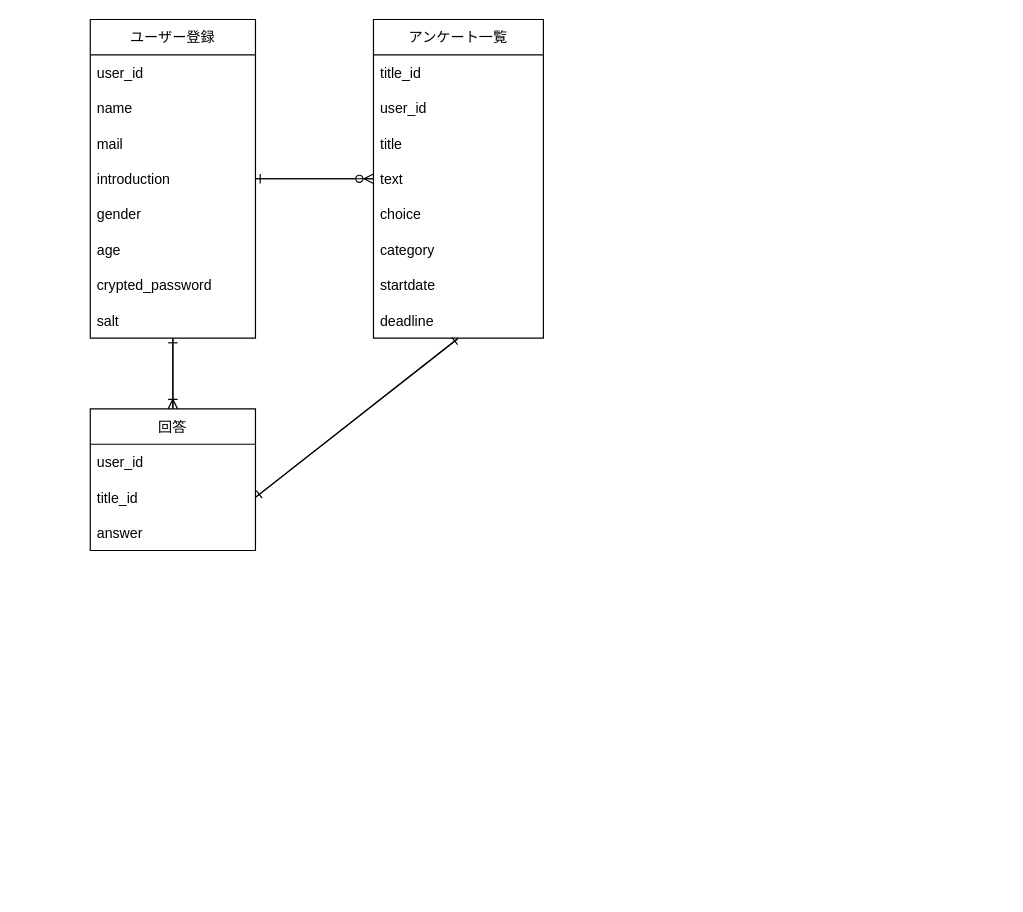
Before: sample.dio in Comfort0217/Submit, a draw.io diagram. Source tidied: cells renumbered, new cells numbered last; positions are measured from the earlier drawing's top-left corner, leaving out a move shared by most shapes. Both pictures are drawn from the tidied source at 118%, with x=0, y=0 at pixel (90, 19).
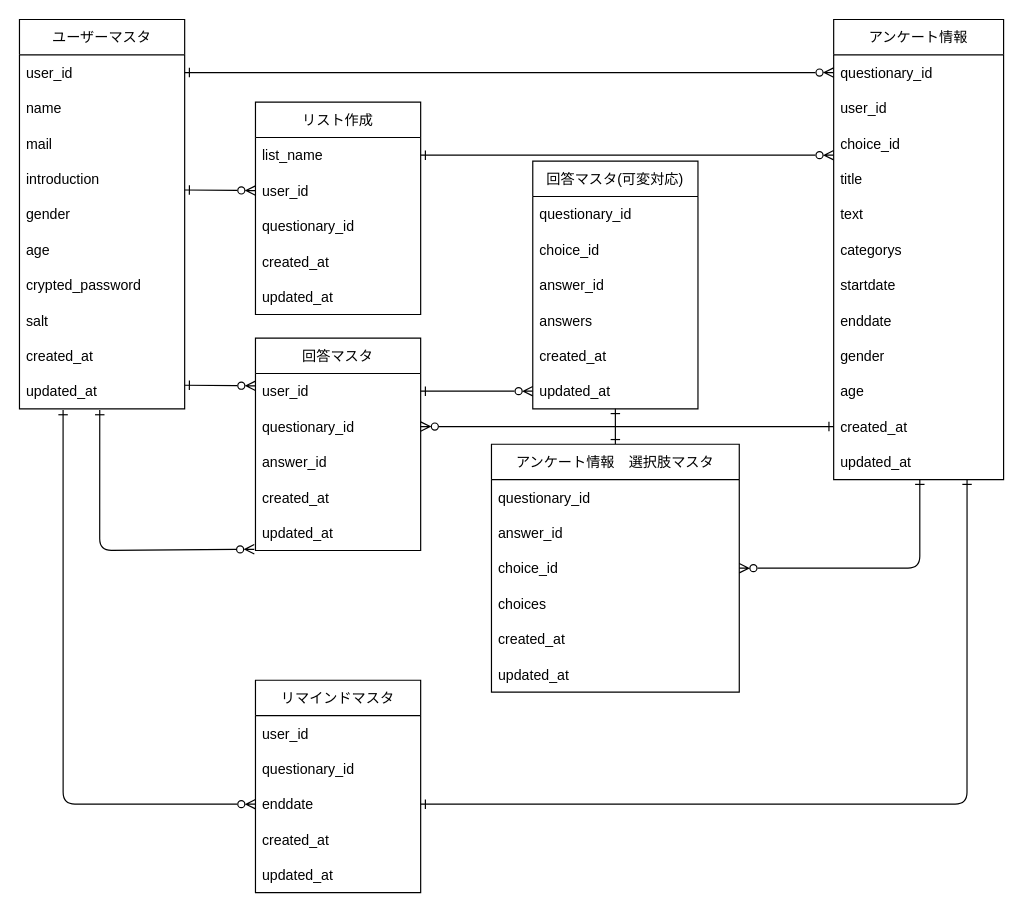
After the change.

Unchanged cells that the change refers to:
```xml
<mxCell id="13" value="user_id" style="text;strokeColor=none;fillColor=none;align=left;verticalAlign=middle;spacingLeft=4;spacingRight=4;overflow=hidden;points=[[0,0.5],[1,0.5]];portConstraint=eastwest;" parent="12" vertex="1">
  <mxGeometry y="30" width="140" height="30" as="geometry" />
</mxCell>
<mxCell id="18" value="user_id" style="text;strokeColor=none;fillColor=none;align=left;verticalAlign=middle;spacingLeft=4;spacingRight=4;overflow=hidden;points=[[0,0.5],[1,0.5]];portConstraint=eastwest;" parent="17" vertex="1">
  <mxGeometry y="30" width="140" height="30" as="geometry" />
</mxCell>
<mxCell id="21" value="introduction " style="text;strokeColor=none;fillColor=none;align=left;verticalAlign=middle;spacingLeft=4;spacingRight=4;overflow=hidden;points=[[0,0.5],[1,0.5]];portConstraint=eastwest;" parent="17" vertex="1">
  <mxGeometry y="120" width="140" height="30" as="geometry" />
</mxCell>
<mxCell id="25" value="salt" style="text;strokeColor=none;fillColor=none;align=left;verticalAlign=middle;spacingLeft=4;spacingRight=4;overflow=hidden;points=[[0,0.5],[1,0.5]];portConstraint=eastwest;" parent="17" vertex="1">
  <mxGeometry y="240" width="140" height="30" as="geometry" />
</mxCell>
```

The edit, as a diff of the source:
```diff
@@
+    <mxCell id="30" style="edgeStyle=none;html=1;startArrow=ERone;startFill=0;endArrow=ERzeroToMany;endFill=0;strokeColor=default;entryX=1;entryY=0.5;entryDx=0;entryDy=0;exitX=0;exitY=0.5;exitDx=0;exitDy=0;" parent="1" edge="1" source="33" target="14">
+      <mxGeometry relative="1" as="geometry" />
+    </mxCell>
-    <mxCell id="2" value="アンケート一覧" style="swimlane;fontStyle=0;horizontal=1;startSize=30;" parent="1" vertex="1">
-      <mxGeometry x="240" width="144" height="270" as="geometry" />
+    <mxCell id="2" value="アンケート情報" style="swimlane;fontStyle=0;horizontal=1;startSize=30;" parent="1" vertex="1">
+      <mxGeometry x="630" width="144" height="390" as="geometry" />
     </mxCell>
-    <mxCell id="3" value="title_id" style="text;strokeColor=none;fillColor=none;align=left;verticalAlign=middle;spacingLeft=4;spacingRight=4;overflow=hidden;points=[[0,0.5],[1,0.5]];portConstraint=eastwest;" parent="2" vertex="1">
+    <mxCell id="3" value="questionary_id" style="text;strokeColor=none;fillColor=none;align=left;verticalAlign=middle;spacingLeft=4;spacingRight=4;overflow=hidden;points=[[0,0.5],[1,0.5]];portConstraint=eastwest;" parent="2" vertex="1">
       <mxGeometry y="30" width="144" height="30" as="geometry" />
     </mxCell>
@@
+    <mxCell id="7" value="choice_id" style="text;strokeColor=none;fillColor=none;align=left;verticalAlign=middle;spacingLeft=4;spacingRight=4;overflow=hidden;points=[[0,0.5],[1,0.5]];portConstraint=eastwest;" parent="2" vertex="1">
+      <mxGeometry y="90" width="144" height="30" as="geometry" />
+    </mxCell>
     <mxCell id="5" value="title" style="text;strokeColor=none;fillColor=none;align=left;verticalAlign=middle;spacingLeft=4;spacingRight=4;overflow=hidden;" parent="2" vertex="1">
-      <mxGeometry y="90" width="144" height="30" as="geometry" />
+      <mxGeometry y="120" width="144" height="30" as="geometry" />
     </mxCell>
     <mxCell id="6" value="text" style="text;strokeColor=none;fillColor=none;align=left;verticalAlign=middle;spacingLeft=4;spacingRight=4;overflow=hidden;points=[[0,0.5],[1,0.5]];portConstraint=eastwest;" parent="2" vertex="1">
-      <mxGeometry y="120" width="144" height="30" as="geometry" />
+      <mxGeometry y="150" width="144" height="30" as="geometry" />
     </mxCell>
-    <mxCell id="7" value="choice" style="text;strokeColor=none;fillColor=none;align=left;verticalAlign=middle;spacingLeft=4;spacingRight=4;overflow=hidden;points=[[0,0.5],[1,0.5]];portConstraint=eastwest;" parent="2" vertex="1">
-      <mxGeometry y="150" width="144" height="30" as="geometry" />
-    </mxCell>
-    <mxCell id="8" value="category" style="text;strokeColor=none;fillColor=none;align=left;verticalAlign=middle;spacingLeft=4;spacingRight=4;overflow=hidden;" parent="2" vertex="1">
+    <mxCell id="8" value="categorys" style="text;strokeColor=none;fillColor=none;align=left;verticalAlign=middle;spacingLeft=4;spacingRight=4;overflow=hidden;" parent="2" vertex="1">
       <mxGeometry y="180" width="144" height="30" as="geometry" />
     </mxCell>
@@
-    <mxCell id="10" value="deadline" style="text;strokeColor=none;fillColor=none;align=left;verticalAlign=middle;spacingLeft=4;spacingRight=4;overflow=hidden;points=[[0,0.5],[1,0.5]];portConstraint=eastwest;" parent="2" vertex="1">
+    <mxCell id="10" value="enddate" style="text;strokeColor=none;fillColor=none;align=left;verticalAlign=middle;spacingLeft=4;spacingRight=4;overflow=hidden;points=[[0,0.5],[1,0.5]];portConstraint=eastwest;" parent="2" vertex="1">
       <mxGeometry y="240" width="144" height="30" as="geometry" />
     </mxCell>
-    <mxCell id="11" style="edgeStyle=none;html=1;endArrow=ERone;endFill=0;" parent="1" edge="1" source="12" target="25">
-      <mxGeometry relative="1" as="geometry" />
-    </mxCell>
+    <mxCell id="31" value="gender" style="text;strokeColor=none;fillColor=none;align=left;verticalAlign=middle;spacingLeft=4;spacingRight=4;overflow=hidden;" parent="2" vertex="1">
+      <mxGeometry y="270" width="144" height="30" as="geometry" />
+    </mxCell>
+    <mxCell id="32" value="age" style="text;strokeColor=none;fillColor=none;align=left;verticalAlign=middle;spacingLeft=4;spacingRight=4;overflow=hidden;" parent="2" vertex="1">
+      <mxGeometry y="300" width="144" height="30" as="geometry" />
+    </mxCell>
+    <mxCell id="33" value="created_at" style="text;strokeColor=none;fillColor=none;align=left;verticalAlign=middle;spacingLeft=4;spacingRight=4;overflow=hidden;points=[[0,0.5],[1,0.5]];portConstraint=eastwest;" parent="2" vertex="1">
+      <mxGeometry y="330" width="144" height="30" as="geometry" />
+    </mxCell>
+    <mxCell id="34" value="updated_at" style="text;strokeColor=none;fillColor=none;align=left;verticalAlign=middle;spacingLeft=4;spacingRight=4;overflow=hidden;points=[[0,0.5],[1,0.5]];portConstraint=eastwest;" parent="2" vertex="1">
+      <mxGeometry y="360" width="144" height="30" as="geometry" />
+    </mxCell>
-    <mxCell id="12" value="回答" style="swimlane;fontStyle=0;horizontal=1;startSize=30;" parent="1" vertex="1">
-      <mxGeometry y="330" width="140" height="120" as="geometry" />
+    <mxCell id="12" value="回答マスタ" style="swimlane;fontStyle=0;horizontal=1;startSize=30;" parent="1" vertex="1">
+      <mxGeometry x="140" y="270" width="140" height="180" as="geometry" />
     </mxCell>
@@
-    <mxCell id="14" value="title_id" style="text;strokeColor=none;fillColor=none;align=left;verticalAlign=middle;spacingLeft=4;spacingRight=4;overflow=hidden;points=[[0,0.5],[1,0.5]];portConstraint=eastwest;" parent="12" vertex="1">
+    <mxCell id="14" value="questionary_id" style="text;strokeColor=none;fillColor=none;align=left;verticalAlign=middle;spacingLeft=4;spacingRight=4;overflow=hidden;points=[[0,0.5],[1,0.5]];portConstraint=eastwest;" parent="12" vertex="1">
       <mxGeometry y="60" width="140" height="30" as="geometry" />
     </mxCell>
-    <mxCell id="15" value="answer" style="text;strokeColor=none;fillColor=none;align=left;verticalAlign=middle;spacingLeft=4;spacingRight=4;overflow=hidden;" parent="12" vertex="1">
+    <mxCell id="15" value="answer_id" style="text;strokeColor=none;fillColor=none;align=left;verticalAlign=middle;spacingLeft=4;spacingRight=4;overflow=hidden;" parent="12" vertex="1">
       <mxGeometry y="90" width="140" height="30" as="geometry" />
     </mxCell>
-    <mxCell id="16" style="edgeStyle=none;html=1;endArrow=ERoneToMany;endFill=0;" parent="1" edge="1" source="17">
-      <mxGeometry relative="1" as="geometry">
-        <mxPoint x="70" y="330" as="targetPoint" />
-      </mxGeometry>
-    </mxCell>
+    <mxCell id="35" value="created_at" style="text;strokeColor=none;fillColor=none;align=left;verticalAlign=middle;spacingLeft=4;spacingRight=4;overflow=hidden;" parent="12" vertex="1">
+      <mxGeometry y="120" width="140" height="30" as="geometry" />
+    </mxCell>
+    <mxCell id="36" value="updated_at" style="text;strokeColor=none;fillColor=none;align=left;verticalAlign=middle;spacingLeft=4;spacingRight=4;overflow=hidden;" parent="12" vertex="1">
+      <mxGeometry y="150" width="140" height="30" as="geometry" />
+    </mxCell>
-    <mxCell id="17" value="ユーザー登録" style="swimlane;fontStyle=0;horizontal=1;startSize=30;" parent="1" vertex="1">
-      <mxGeometry width="140" height="270" as="geometry" />
+    <mxCell id="17" value="ユーザーマスタ" style="swimlane;fontStyle=0;horizontal=1;startSize=30;" parent="1" vertex="1">
+      <mxGeometry x="-60" width="140" height="330" as="geometry" />
     </mxCell>
@@
-    <mxCell id="26" style="edgeStyle=none;html=1;endArrow=ERzeroToMany;endFill=0;" parent="1" edge="1" source="21">
-      <mxGeometry relative="1" as="geometry">
-        <mxPoint x="240" y="135" as="targetPoint" />
-      </mxGeometry>
-    </mxCell>
-    <mxCell id="27" style="edgeStyle=none;html=1;endArrow=ERone;endFill=0;exitX=1;exitY=0.5;exitDx=0;exitDy=0;entryX=0.5;entryY=1;entryDx=0;entryDy=0;entryPerimeter=0;" parent="1" edge="1" source="14" target="10">
-      <mxGeometry relative="1" as="geometry" />
-    </mxCell>
-    <mxCell id="28" style="edgeStyle=none;html=1;endArrow=ERone;endFill=0;entryX=1;entryY=0.5;entryDx=0;entryDy=0;exitX=0;exitY=0.5;exitDx=0;exitDy=0;" parent="1" edge="1" source="6" target="21">
-      <mxGeometry relative="1" as="geometry" />
-    </mxCell>
-    <mxCell id="29" style="edgeStyle=none;html=1;endArrow=ERone;endFill=0;entryX=1;entryY=0.5;entryDx=0;entryDy=0;exitX=0.493;exitY=1.033;exitDx=0;exitDy=0;exitPerimeter=0;" parent="1" edge="1" source="10" target="14">
-      <mxGeometry relative="1" as="geometry" />
-    </mxCell>
+    <mxCell id="37" value="created_at" style="text;strokeColor=none;fillColor=none;align=left;verticalAlign=middle;spacingLeft=4;spacingRight=4;overflow=hidden;" parent="17" vertex="1">
+      <mxGeometry y="270" width="140" height="30" as="geometry" />
+    </mxCell>
+    <mxCell id="38" value="updated_at" style="text;strokeColor=none;fillColor=none;align=left;verticalAlign=middle;spacingLeft=4;spacingRight=4;overflow=hidden;points=[[0,0.5],[1,0.5]];portConstraint=eastwest;" parent="17" vertex="1">
+      <mxGeometry y="300" width="140" height="30" as="geometry" />
+    </mxCell>
+    <mxCell id="39" value="リマインドマスタ" style="swimlane;fontStyle=0;horizontal=1;startSize=30;" parent="1" vertex="1">
+      <mxGeometry x="140" y="560" width="140" height="180" as="geometry" />
+    </mxCell>
+    <mxCell id="40" value="user_id" style="text;strokeColor=none;fillColor=none;align=left;verticalAlign=middle;spacingLeft=4;spacingRight=4;overflow=hidden;" parent="39" vertex="1">
+      <mxGeometry y="30" width="140" height="30" as="geometry" />
+    </mxCell>
+    <mxCell id="41" value="questionary_id" style="text;strokeColor=none;fillColor=none;align=left;verticalAlign=middle;spacingLeft=4;spacingRight=4;overflow=hidden;" parent="39" vertex="1">
+      <mxGeometry y="60" width="140" height="30" as="geometry" />
+    </mxCell>
+    <mxCell id="42" value="enddate" style="text;strokeColor=none;fillColor=none;align=left;verticalAlign=middle;spacingLeft=4;spacingRight=4;overflow=hidden;points=[[0,0.5],[1,0.5]];portConstraint=eastwest;" parent="39" vertex="1">
+      <mxGeometry y="90" width="140" height="30" as="geometry" />
+    </mxCell>
+    <mxCell id="43" value="created_at" style="text;strokeColor=none;fillColor=none;align=left;verticalAlign=middle;spacingLeft=4;spacingRight=4;overflow=hidden;" parent="39" vertex="1">
+      <mxGeometry y="120" width="140" height="30" as="geometry" />
+    </mxCell>
+    <mxCell id="44" value="updated_at" style="text;strokeColor=none;fillColor=none;align=left;verticalAlign=middle;spacingLeft=4;spacingRight=4;overflow=hidden;" parent="39" vertex="1">
+      <mxGeometry y="150" width="140" height="30" as="geometry" />
+    </mxCell>
+    <mxCell id="45" value="リスト作成" style="swimlane;fontStyle=0;horizontal=1;startSize=30;" parent="1" vertex="1">
+      <mxGeometry x="140" y="70" width="140" height="180" as="geometry" />
+    </mxCell>
+    <mxCell id="46" value="list_name" style="text;strokeColor=none;fillColor=none;align=left;verticalAlign=middle;spacingLeft=4;spacingRight=4;overflow=hidden;points=[[0,0.5],[1,0.5]];portConstraint=eastwest;" parent="45" vertex="1">
+      <mxGeometry y="30" width="140" height="30" as="geometry" />
+    </mxCell>
+    <mxCell id="47" value="user_id" style="text;strokeColor=none;fillColor=none;align=left;verticalAlign=middle;spacingLeft=4;spacingRight=4;overflow=hidden;" parent="45" vertex="1">
+      <mxGeometry y="60" width="140" height="30" as="geometry" />
+    </mxCell>
+    <mxCell id="48" style="html=1;endArrow=ERzeroToMany;endFill=0;strokeColor=default;startArrow=ERone;startFill=0;exitX=1;exitY=0.5;exitDx=0;exitDy=0;" parent="45" edge="1">
+      <mxGeometry relative="1" as="geometry">
+        <mxPoint x="-60" y="74.5" as="sourcePoint" />
+        <mxPoint y="75" as="targetPoint" />
+      </mxGeometry>
+    </mxCell>
+    <mxCell id="49" value="questionary_id" style="text;strokeColor=none;fillColor=none;align=left;verticalAlign=middle;spacingLeft=4;spacingRight=4;overflow=hidden;" parent="45" vertex="1">
+      <mxGeometry y="90" width="140" height="30" as="geometry" />
+    </mxCell>
+    <mxCell id="50" value="created_at" style="text;strokeColor=none;fillColor=none;align=left;verticalAlign=middle;spacingLeft=4;spacingRight=4;overflow=hidden;" parent="45" vertex="1">
+      <mxGeometry y="120" width="140" height="30" as="geometry" />
+    </mxCell>
+    <mxCell id="51" value="updated_at" style="text;strokeColor=none;fillColor=none;align=left;verticalAlign=middle;spacingLeft=4;spacingRight=4;overflow=hidden;" parent="45" vertex="1">
+      <mxGeometry y="150" width="140" height="30" as="geometry" />
+    </mxCell>
+    <mxCell id="52" style="html=1;endArrow=ERzeroToMany;endFill=0;strokeColor=default;startArrow=ERone;startFill=0;entryX=0;entryY=0.5;entryDx=0;entryDy=0;exitX=1;exitY=0.5;exitDx=0;exitDy=0;" parent="1" edge="1" source="18" target="3">
+      <mxGeometry relative="1" as="geometry" />
+    </mxCell>
+    <mxCell id="53" style="edgeStyle=none;html=1;startArrow=ERone;startFill=0;endArrow=ERzeroToMany;endFill=0;strokeColor=default;exitX=1;exitY=0.5;exitDx=0;exitDy=0;entryX=0;entryY=0.833;entryDx=0;entryDy=0;entryPerimeter=0;" parent="1" edge="1" source="46" target="7">
+      <mxGeometry relative="1" as="geometry" />
+    </mxCell>
+    <mxCell id="54" style="edgeStyle=none;html=1;startArrow=ERone;startFill=0;endArrow=ERone;endFill=0;strokeColor=default;entryX=1;entryY=0.5;entryDx=0;entryDy=0;exitX=0.785;exitY=1;exitDx=0;exitDy=0;exitPerimeter=0;" parent="1" edge="1" source="34" target="42">
+      <mxGeometry relative="1" as="geometry">
+        <Array as="points">
+          <mxPoint x="743" y="665" />
+          <mxPoint x="422" y="665" />
+        </Array>
+      </mxGeometry>
+    </mxCell>
+    <mxCell id="55" style="html=1;endArrow=ERzeroToMany;endFill=0;strokeColor=default;startArrow=ERone;startFill=0;entryX=-0.007;entryY=-0.033;entryDx=0;entryDy=0;exitX=0.486;exitY=1.033;exitDx=0;exitDy=0;exitPerimeter=0;entryPerimeter=0;" parent="1" edge="1" source="38">
+      <mxGeometry relative="1" as="geometry">
+        <mxPoint x="139" y="449" as="targetPoint" />
+        <Array as="points">
+          <mxPoint x="8" y="450" />
+        </Array>
+      </mxGeometry>
+    </mxCell>
+    <mxCell id="56" style="html=1;endArrow=ERzeroToMany;endFill=0;strokeColor=default;startArrow=ERone;startFill=0;exitX=1;exitY=0.5;exitDx=0;exitDy=0;" parent="1" edge="1">
+      <mxGeometry relative="1" as="geometry">
+        <mxPoint x="80" y="310" as="sourcePoint" />
+        <mxPoint x="140" y="310.5" as="targetPoint" />
+      </mxGeometry>
+    </mxCell>
+    <mxCell id="57" style="html=1;endArrow=ERzeroToMany;endFill=0;strokeColor=default;startArrow=ERone;startFill=0;exitX=0.264;exitY=1.033;exitDx=0;exitDy=0;exitPerimeter=0;entryX=0;entryY=0.5;entryDx=0;entryDy=0;" parent="1" edge="1" source="38" target="42">
+      <mxGeometry relative="1" as="geometry">
+        <Array as="points">
+          <mxPoint x="-23" y="665" />
+        </Array>
+      </mxGeometry>
+    </mxCell>
+    <mxCell id="58" style="edgeStyle=none;html=1;endArrow=ERone;endFill=0;startArrow=ERone;startFill=0;" parent="1" edge="1" source="59" target="72">
+      <mxGeometry relative="1" as="geometry" />
+    </mxCell>
+    <mxCell id="59" value="アンケート情報　選択肢マスタ" style="swimlane;fontStyle=0;horizontal=1;startSize=30;" parent="1" vertex="1">
+      <mxGeometry x="340" y="360" width="210" height="210" as="geometry" />
+    </mxCell>
+    <mxCell id="60" value="questionary_id" style="text;strokeColor=none;fillColor=none;align=left;verticalAlign=middle;spacingLeft=4;spacingRight=4;overflow=hidden;" parent="59" vertex="1">
+      <mxGeometry y="30" width="210" height="30" as="geometry" />
+    </mxCell>
+    <mxCell id="61" value="answer_id" style="text;strokeColor=none;fillColor=none;align=left;verticalAlign=middle;spacingLeft=4;spacingRight=4;overflow=hidden;" parent="59" vertex="1">
+      <mxGeometry y="60" width="210" height="30" as="geometry" />
+    </mxCell>
+    <mxCell id="62" value="choice_id" style="text;strokeColor=none;fillColor=none;align=left;verticalAlign=middle;spacingLeft=4;spacingRight=4;overflow=hidden;points=[[0,0.5],[1,0.5]];portConstraint=eastwest;" parent="59" vertex="1">
+      <mxGeometry y="90" width="210" height="30" as="geometry" />
+    </mxCell>
+    <mxCell id="63" value="choices" style="text;strokeColor=none;fillColor=none;align=left;verticalAlign=middle;spacingLeft=4;spacingRight=4;overflow=hidden;" parent="59" vertex="1">
+      <mxGeometry y="120" width="210" height="30" as="geometry" />
+    </mxCell>
+    <mxCell id="64" value="created_at" style="text;strokeColor=none;fillColor=none;align=left;verticalAlign=middle;spacingLeft=4;spacingRight=4;overflow=hidden;" parent="59" vertex="1">
+      <mxGeometry y="150" width="210" height="30" as="geometry" />
+    </mxCell>
+    <mxCell id="65" value="updated_at" style="text;strokeColor=none;fillColor=none;align=left;verticalAlign=middle;spacingLeft=4;spacingRight=4;overflow=hidden;" parent="59" vertex="1">
+      <mxGeometry y="180" width="210" height="30" as="geometry" />
+    </mxCell>
+    <mxCell id="66" value="回答マスタ(可変対応)" style="swimlane;fontStyle=0;horizontal=1;startSize=30;" parent="1" vertex="1">
+      <mxGeometry x="375" y="120" width="140" height="210" as="geometry" />
+    </mxCell>
+    <mxCell id="67" value="questionary_id" style="text;strokeColor=none;fillColor=none;align=left;verticalAlign=middle;spacingLeft=4;spacingRight=4;overflow=hidden;" parent="66" vertex="1">
+      <mxGeometry y="30" width="140" height="30" as="geometry" />
+    </mxCell>
+    <mxCell id="68" value="choice_id" style="text;strokeColor=none;fillColor=none;align=left;verticalAlign=middle;spacingLeft=4;spacingRight=4;overflow=hidden;" parent="66" vertex="1">
+      <mxGeometry y="60" width="140" height="30" as="geometry" />
+    </mxCell>
+    <mxCell id="69" value="answer_id" style="text;strokeColor=none;fillColor=none;align=left;verticalAlign=middle;spacingLeft=4;spacingRight=4;overflow=hidden;" parent="66" vertex="1">
+      <mxGeometry y="90" width="140" height="30" as="geometry" />
+    </mxCell>
+    <mxCell id="70" value="answers" style="text;strokeColor=none;fillColor=none;align=left;verticalAlign=middle;spacingLeft=4;spacingRight=4;overflow=hidden;" parent="66" vertex="1">
+      <mxGeometry y="120" width="140" height="30" as="geometry" />
+    </mxCell>
+    <mxCell id="71" value="created_at" style="text;strokeColor=none;fillColor=none;align=left;verticalAlign=middle;spacingLeft=4;spacingRight=4;overflow=hidden;" parent="66" vertex="1">
+      <mxGeometry y="150" width="140" height="30" as="geometry" />
+    </mxCell>
+    <mxCell id="72" value="updated_at" style="text;strokeColor=none;fillColor=none;align=left;verticalAlign=middle;spacingLeft=4;spacingRight=4;overflow=hidden;points=[[0,0.5],[1,0.5]];portConstraint=eastwest;" parent="66" vertex="1">
+      <mxGeometry y="180" width="140" height="30" as="geometry" />
+    </mxCell>
+    <mxCell id="73" style="edgeStyle=none;html=1;startArrow=ERone;startFill=0;endArrow=ERzeroToMany;endFill=0;strokeColor=default;exitX=1;exitY=0.5;exitDx=0;exitDy=0;entryX=0;entryY=0.5;entryDx=0;entryDy=0;" parent="1" edge="1" source="13" target="72">
+      <mxGeometry relative="1" as="geometry" />
+    </mxCell>
+    <mxCell id="74" style="edgeStyle=none;html=1;startArrow=ERone;startFill=0;endArrow=ERzeroToMany;endFill=0;strokeColor=default;entryX=1;entryY=0.5;entryDx=0;entryDy=0;" parent="1" edge="1" target="62">
+      <mxGeometry relative="1" as="geometry">
+        <mxPoint x="703" y="390" as="sourcePoint" />
+        <Array as="points">
+          <mxPoint x="703" y="465" />
+        </Array>
+      </mxGeometry>
+    </mxCell>
```
